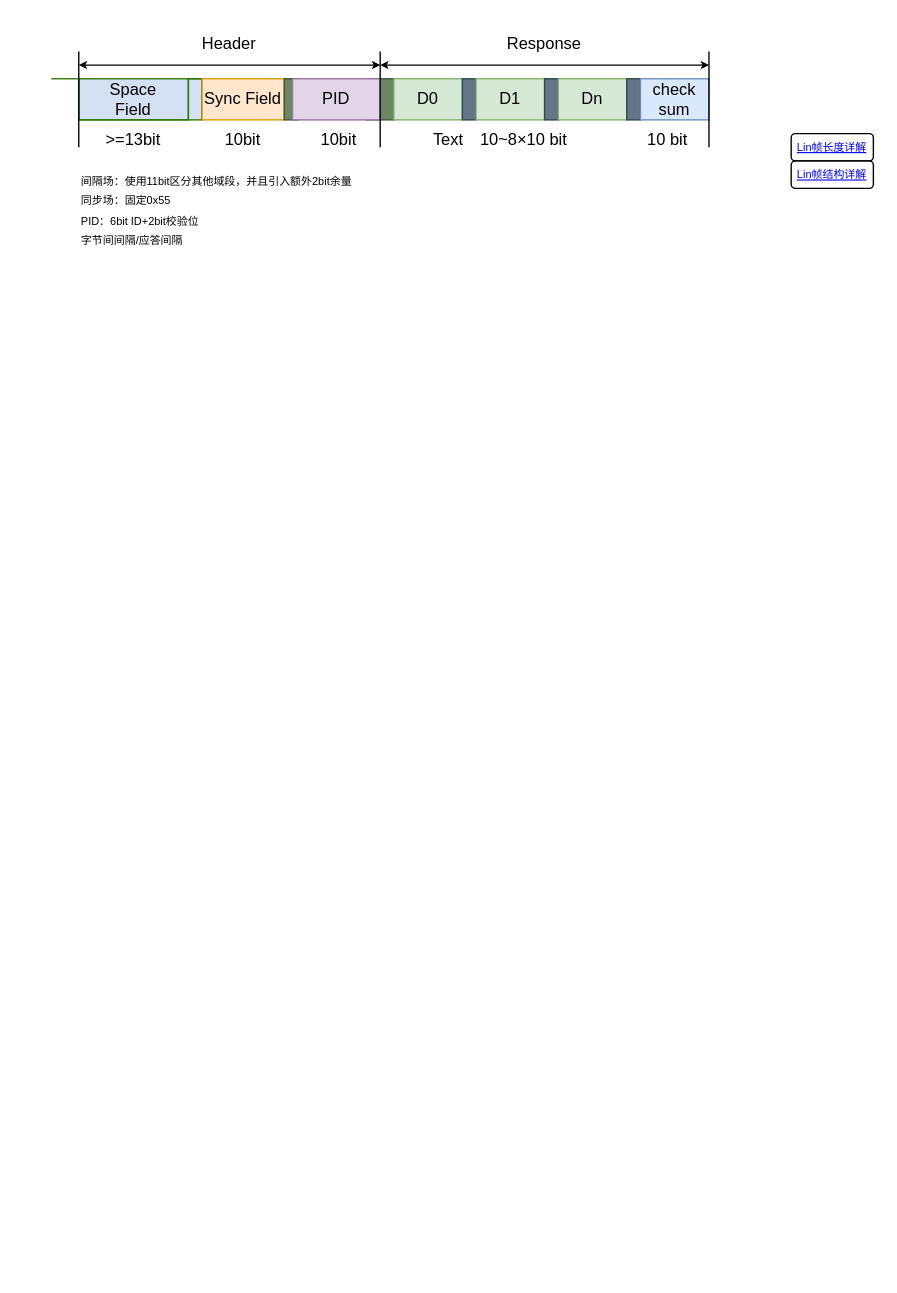
Above: page "第 2 页" (2 of 2) of drawio/flexlin.drawio in iceyxy/flow-chart-drawio (draw.io), before the change. Source tidied: cells renumbered, new cells numbered last; positions are measured from the earlier drawing's top-left corner, leaving out a move shared by most shapes. Both pictures are drawn from the tidied source at 137%, with x=0, y=0 at pixel (51, 23).
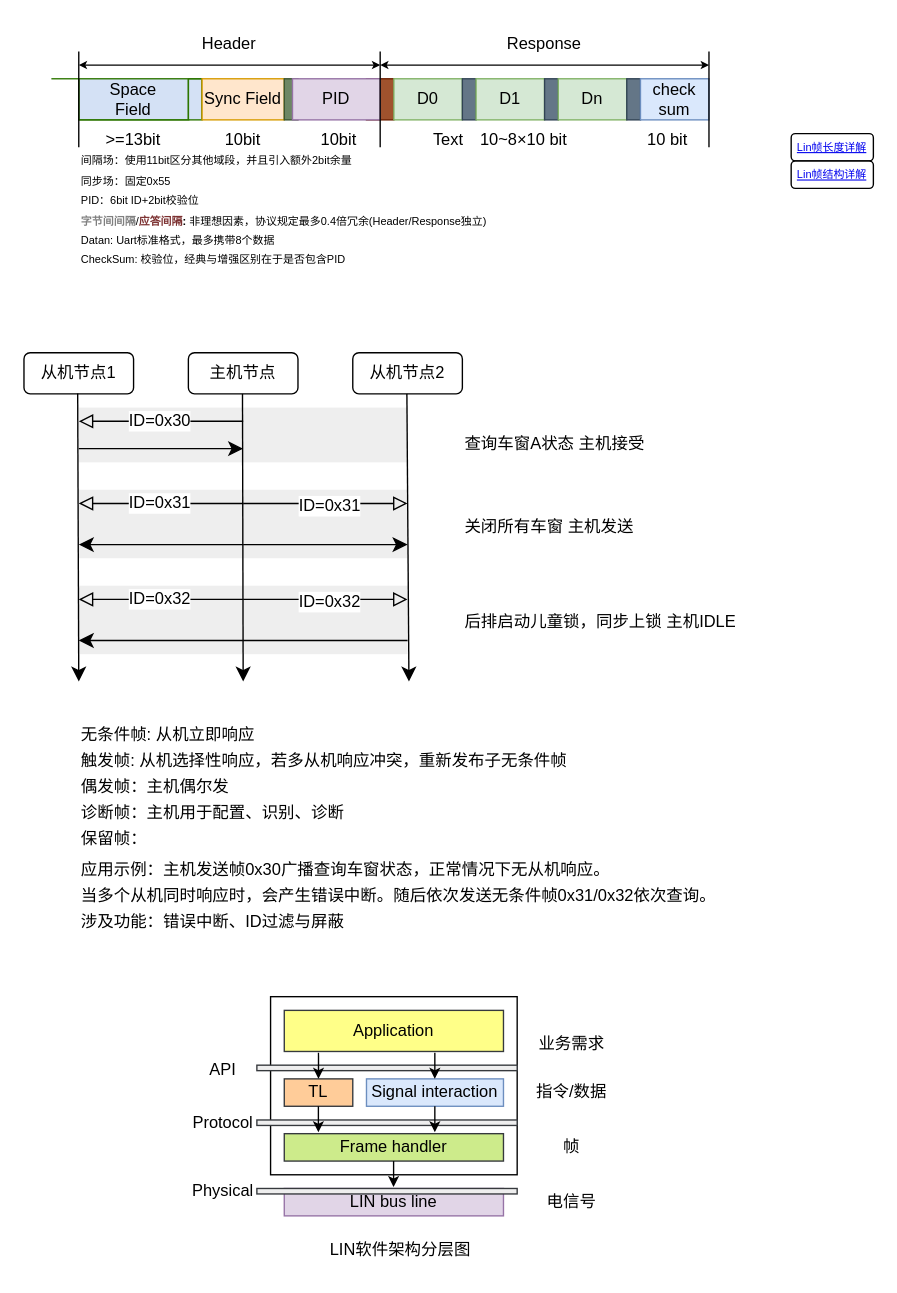
The same diagram, later.

The edit, as a diff of the source:
```diff
@@
+    <mxCell id="38" style="rounded=0;whiteSpace=wrap;html=1;fillColor=#eeeeee;strokeColor=none;" parent="1" vertex="1">
+      <mxGeometry x="20" y="410" width="240" height="50" as="geometry" />
+    </mxCell>
+    <mxCell id="39" style="rounded=0;whiteSpace=wrap;html=1;fillColor=#eeeeee;strokeColor=none;" parent="1" vertex="1">
+      <mxGeometry x="20" y="340" width="240" height="50" as="geometry" />
+    </mxCell>
+    <mxCell id="40" style="rounded=0;whiteSpace=wrap;html=1;fillColor=#eeeeee;strokeColor=none;" parent="1" vertex="1">
+      <mxGeometry x="20" y="280" width="240" height="40" as="geometry" />
+    </mxCell>
+    <mxCell id="41" style="endArrow=block;html=1;rounded=0;fontSize=12;startSize=8;endSize=8;curved=1;endFill=0;" parent="1" edge="1">
+      <mxGeometry relative="1" as="geometry">
+        <mxPoint x="140" y="290" as="sourcePoint" />
+        <mxPoint x="20" y="290" as="targetPoint" />
+      </mxGeometry>
+    </mxCell>
+    <mxCell id="42" value="ID=0x30" style="edgeLabel;html=1;align=center;verticalAlign=middle;fontSize=12;labelBackgroundColor=default;" parent="41" vertex="1">
+      <mxGeometry x="0.03" y="-1" relative="1" as="geometry" />
+    </mxCell>
@@
-    <mxCell id="12" style="rounded=0;whiteSpace=wrap;html=1;fillColor=#6d8764;fontColor=#ffffff;strokeColor=#3A5431;" parent="1" vertex="1">
+    <mxCell id="12" style="rounded=0;whiteSpace=wrap;html=1;fillColor=#a0522d;fontColor=#ffffff;strokeColor=#6D1F00;" parent="1" vertex="1">
       <mxGeometry x="230" y="40" width="20" height="30" as="geometry" />
     </mxCell>
@@
-    <mxCell id="37" value="&lt;font style=&quot;font-size: 8px;&quot;&gt;间隔场：使用11bit区分其他域段，并且引入额外2bit余量&lt;/font&gt;&lt;div&gt;&lt;font style=&quot;font-size: 8px;&quot;&gt;同步场：固定0x55&lt;/font&gt;&lt;/div&gt;&lt;div&gt;&lt;font style=&quot;font-size: 8px;&quot;&gt;PID：6bit ID+2bit校验位&lt;/font&gt;&lt;/div&gt;&lt;div&gt;&lt;span style=&quot;font-size: 8px;&quot;&gt;字节间间隔/应答间隔&lt;/span&gt;&lt;/div&gt;" style="text;strokeColor=none;align=left;fillColor=none;html=1;verticalAlign=middle;whiteSpace=wrap;rounded=0;" parent="1" vertex="1">
-      <mxGeometry x="20" y="120" width="260" height="30" as="geometry" />
+    <mxCell id="37" value="&lt;font style=&quot;font-size: 8px;&quot;&gt;间隔场：使用11bit区分其他域段，并且引入额外2bit余量&lt;/font&gt;&lt;div&gt;&lt;font style=&quot;font-size: 8px;&quot;&gt;同步场：固定0x55&lt;/font&gt;&lt;/div&gt;&lt;div&gt;&lt;font style=&quot;font-size: 8px;&quot;&gt;PID：6bit ID+2bit校验位&lt;/font&gt;&lt;/div&gt;&lt;div&gt;&lt;span style=&quot;font-size: 8px;&quot;&gt;&lt;font style=&quot;color: rgb(128, 128, 128);&quot;&gt;&lt;b&gt;字节间间隔&lt;/b&gt;&lt;/font&gt;/&lt;font&gt;&lt;font style=&quot;font-weight: bold;&quot; color=&quot;#7c3131&quot;&gt;应答间隔&lt;/font&gt;&lt;font style=&quot;color: rgb(0, 0, 0);&quot;&gt;&lt;b&gt;:&amp;nbsp;&lt;/b&gt;非理想因素，协议规定最多0.4倍冗余(Header/Response独立)&lt;/font&gt;&lt;/font&gt;&lt;/span&gt;&lt;/div&gt;&lt;div&gt;&lt;span style=&quot;font-size: 8px;&quot;&gt;&lt;font&gt;&lt;font style=&quot;color: rgb(0, 0, 0);&quot;&gt;Datan: Uart标准格式，最多携带8个数据&lt;/font&gt;&lt;/font&gt;&lt;/span&gt;&lt;/div&gt;&lt;div&gt;&lt;span style=&quot;font-size: 8px;&quot;&gt;&lt;font&gt;&lt;font style=&quot;color: rgb(0, 0, 0);&quot;&gt;CheckSum:&amp;nbsp;校验位，经典与增强区别在于是否包含PID&lt;/font&gt;&lt;/font&gt;&lt;/span&gt;&lt;/div&gt;" style="text;strokeColor=none;align=left;fillColor=none;html=1;verticalAlign=middle;whiteSpace=wrap;rounded=0;" parent="1" vertex="1">
+      <mxGeometry x="20" y="120" width="370" height="30" as="geometry" />
     </mxCell>
+    <mxCell id="43" value="主机节点" style="rounded=1;whiteSpace=wrap;html=1;" parent="1" vertex="1">
+      <mxGeometry x="100" y="240" width="80" height="30" as="geometry" />
+    </mxCell>
+    <mxCell id="44" value="从机节点1" style="rounded=1;whiteSpace=wrap;html=1;" parent="1" vertex="1">
+      <mxGeometry x="-20" y="240" width="80" height="30" as="geometry" />
+    </mxCell>
+    <mxCell id="45" value="从机节点2" style="rounded=1;whiteSpace=wrap;html=1;" parent="1" vertex="1">
+      <mxGeometry x="220" y="240" width="80" height="30" as="geometry" />
+    </mxCell>
+    <mxCell id="46" style="endArrow=classic;html=1;rounded=0;fontSize=12;startSize=8;endSize=8;curved=1;exitX=0.49;exitY=0.99;exitDx=0;exitDy=0;exitPerimeter=0;" parent="1" edge="1" source="44">
+      <mxGeometry relative="1" as="geometry">
+        <mxPoint x="20" y="480" as="targetPoint" />
+      </mxGeometry>
+    </mxCell>
+    <mxCell id="47" style="endArrow=classic;html=1;rounded=0;fontSize=12;startSize=8;endSize=8;curved=1;exitX=0.49;exitY=0.99;exitDx=0;exitDy=0;exitPerimeter=0;" parent="1" edge="1">
+      <mxGeometry relative="1" as="geometry">
+        <mxPoint x="139.5" y="270" as="sourcePoint" />
+        <mxPoint x="140" y="480" as="targetPoint" />
+      </mxGeometry>
+    </mxCell>
+    <mxCell id="48" style="endArrow=classic;html=1;rounded=0;fontSize=12;startSize=8;endSize=8;curved=1;exitX=0.49;exitY=0.99;exitDx=0;exitDy=0;exitPerimeter=0;" parent="1" edge="1">
+      <mxGeometry relative="1" as="geometry">
+        <mxPoint x="259.5" y="270" as="sourcePoint" />
+        <mxPoint x="261" y="480" as="targetPoint" />
+      </mxGeometry>
+    </mxCell>
+    <mxCell id="49" style="endArrow=classic;html=1;rounded=0;fontSize=12;startSize=8;endSize=8;curved=1;" parent="1" edge="1">
+      <mxGeometry relative="1" as="geometry">
+        <mxPoint x="20" y="310" as="sourcePoint" />
+        <mxPoint x="140" y="310" as="targetPoint" />
+      </mxGeometry>
+    </mxCell>
+    <mxCell id="50" style="endArrow=block;html=1;rounded=0;fontSize=12;startSize=8;endSize=8;curved=1;endFill=0;" parent="1" edge="1">
+      <mxGeometry relative="1" as="geometry">
+        <mxPoint x="140" y="350" as="sourcePoint" />
+        <mxPoint x="20" y="350" as="targetPoint" />
+      </mxGeometry>
+    </mxCell>
+    <mxCell id="51" value="ID=0x31" style="edgeLabel;html=1;align=center;verticalAlign=middle;fontSize=12;" parent="50" vertex="1">
+      <mxGeometry x="0.03" y="-1" relative="1" as="geometry" />
+    </mxCell>
+    <mxCell id="52" style="endArrow=block;html=1;rounded=0;fontSize=12;startSize=8;endSize=8;curved=1;endFill=0;" parent="1" edge="1">
+      <mxGeometry relative="1" as="geometry">
+        <mxPoint x="140" y="350" as="sourcePoint" />
+        <mxPoint x="260" y="350" as="targetPoint" />
+      </mxGeometry>
+    </mxCell>
+    <mxCell id="53" value="ID=0x31" style="edgeLabel;html=1;align=center;verticalAlign=middle;fontSize=12;" parent="52" vertex="1">
+      <mxGeometry x="0.03" y="-1" relative="1" as="geometry" />
+    </mxCell>
+    <mxCell id="54" style="endArrow=classic;html=1;rounded=0;fontSize=12;startSize=8;endSize=8;curved=1;" parent="1" edge="1">
+      <mxGeometry relative="1" as="geometry">
+        <mxPoint x="140" y="380" as="sourcePoint" />
+        <mxPoint x="260" y="380" as="targetPoint" />
+      </mxGeometry>
+    </mxCell>
+    <mxCell id="55" style="endArrow=classic;html=1;rounded=0;fontSize=12;startSize=8;endSize=8;curved=1;" parent="1" edge="1">
+      <mxGeometry relative="1" as="geometry">
+        <mxPoint x="140" y="380" as="sourcePoint" />
+        <mxPoint x="20" y="380" as="targetPoint" />
+      </mxGeometry>
+    </mxCell>
+    <mxCell id="56" style="endArrow=block;html=1;rounded=0;fontSize=12;startSize=8;endSize=8;curved=1;endFill=0;" parent="1" edge="1">
+      <mxGeometry relative="1" as="geometry">
+        <mxPoint x="140" y="420" as="sourcePoint" />
+        <mxPoint x="20" y="420" as="targetPoint" />
+      </mxGeometry>
+    </mxCell>
+    <mxCell id="57" value="ID=0x32" style="edgeLabel;html=1;align=center;verticalAlign=middle;fontSize=12;" parent="56" vertex="1">
+      <mxGeometry x="0.03" y="-1" relative="1" as="geometry" />
+    </mxCell>
+    <mxCell id="58" style="endArrow=block;html=1;rounded=0;fontSize=12;startSize=8;endSize=8;curved=1;endFill=0;" parent="1" edge="1">
+      <mxGeometry relative="1" as="geometry">
+        <mxPoint x="140" y="420" as="sourcePoint" />
+        <mxPoint x="260" y="420" as="targetPoint" />
+      </mxGeometry>
+    </mxCell>
+    <mxCell id="59" value="ID=0x32" style="edgeLabel;html=1;align=center;verticalAlign=middle;fontSize=12;" parent="58" vertex="1">
+      <mxGeometry x="0.03" y="-1" relative="1" as="geometry" />
+    </mxCell>
+    <mxCell id="60" style="endArrow=classic;html=1;rounded=0;fontSize=12;startSize=8;endSize=8;curved=1;" parent="1" edge="1">
+      <mxGeometry relative="1" as="geometry">
+        <mxPoint x="260" y="450" as="sourcePoint" />
+        <mxPoint x="20" y="450" as="targetPoint" />
+      </mxGeometry>
+    </mxCell>
+    <mxCell id="61" value="&lt;font style=&quot;font-size: 12px;&quot;&gt;查询车窗A状态&amp;nbsp;主机接受&lt;/font&gt;" style="text;html=1;align=left;verticalAlign=middle;strokeColor=none;fillColor=none;fontSize=16;" parent="1" vertex="1">
+      <mxGeometry x="300" y="290" width="150" height="30" as="geometry" />
+    </mxCell>
+    <mxCell id="62" value="&lt;span style=&quot;font-size: 12px;&quot;&gt;关闭所有车窗&amp;nbsp;主机发送&lt;/span&gt;" style="text;html=1;align=left;verticalAlign=middle;strokeColor=none;fillColor=none;fontSize=16;" parent="1" vertex="1">
+      <mxGeometry x="300" y="350" width="150" height="30" as="geometry" />
+    </mxCell>
+    <mxCell id="63" value="&lt;span style=&quot;font-size: 12px;&quot;&gt;后排启动儿童锁，同步上锁&amp;nbsp;主机IDLE&lt;/span&gt;" style="text;html=1;align=left;verticalAlign=middle;strokeColor=none;fillColor=none;fontSize=16;" parent="1" vertex="1">
+      <mxGeometry x="300" y="420" width="220" height="30" as="geometry" />
+    </mxCell>
+    <mxCell id="64" value="&lt;font style=&quot;font-size: 12px;&quot;&gt;无条件帧:&amp;nbsp;从机立即响应&lt;/font&gt;&lt;div&gt;&lt;font style=&quot;font-size: 12px;&quot;&gt;触发帧:&amp;nbsp;从机选择性响应，若多从机响应冲突，重新发布子无条件帧&lt;/font&gt;&lt;/div&gt;&lt;div&gt;&lt;font style=&quot;font-size: 12px;&quot;&gt;偶发帧：主机偶尔发&lt;/font&gt;&lt;/div&gt;&lt;div&gt;&lt;font style=&quot;font-size: 12px;&quot;&gt;诊断帧：主机用于配置、识别、诊断&lt;/font&gt;&lt;/div&gt;&lt;div&gt;&lt;font style=&quot;font-size: 12px;&quot;&gt;保留帧：&lt;/font&gt;&lt;/div&gt;" style="text;html=1;align=left;verticalAlign=middle;strokeColor=none;fillColor=none;fontSize=16;" parent="1" vertex="1">
+      <mxGeometry x="20" y="500" width="380" height="110" as="geometry" />
+    </mxCell>
+    <mxCell id="65" value="&lt;span style=&quot;font-size: 12px;&quot;&gt;应用示例：主机发送帧0x30广播查询车窗状态，正常情况下无从机响应。&lt;/span&gt;&lt;div&gt;&lt;span style=&quot;font-size: 12px;&quot;&gt;当多个从机同时响应时，会产生错误中断。随后依次发送无条件帧0x31/0x32依次查询。&lt;/span&gt;&lt;/div&gt;&lt;div&gt;&lt;span style=&quot;font-size: 12px;&quot;&gt;涉及功能：错误中断、ID过滤与屏蔽&lt;/span&gt;&lt;/div&gt;" style="text;html=1;align=left;verticalAlign=middle;strokeColor=none;fillColor=none;fontSize=16;" parent="1" vertex="1">
+      <mxGeometry x="20" y="600" width="490" height="70" as="geometry" />
+    </mxCell>
+    <mxCell id="66" style="group;" parent="1" vertex="1">
+      <mxGeometry x="90" y="710" width="320" height="200" as="geometry" />
+    </mxCell>
+    <mxCell id="67" style="rounded=0;whiteSpace=wrap;html=1;shadow=0;" parent="66" vertex="1">
+      <mxGeometry x="70" width="180" height="130" as="geometry" />
+    </mxCell>
+    <mxCell id="68" value="Application" style="rounded=0;whiteSpace=wrap;html=1;fillColor=#ffff88;strokeColor=#36393d;shadow=0;" parent="66" vertex="1">
+      <mxGeometry x="80" y="10" width="160" height="30" as="geometry" />
+    </mxCell>
+    <mxCell id="69" value="TL" style="rounded=0;whiteSpace=wrap;html=1;fillColor=#ffcc99;strokeColor=#36393d;shadow=0;" parent="66" vertex="1">
+      <mxGeometry x="80" y="60" width="50" height="20" as="geometry" />
+    </mxCell>
+    <mxCell id="70" value="Signal&amp;nbsp;interaction" style="rounded=0;whiteSpace=wrap;html=1;fillColor=#dae8fc;strokeColor=#6c8ebf;shadow=0;" parent="66" vertex="1">
+      <mxGeometry x="140" y="60" width="100" height="20" as="geometry" />
+    </mxCell>
+    <mxCell id="71" value="Frame&amp;nbsp;handler" style="rounded=0;whiteSpace=wrap;html=1;fillColor=#cdeb8b;strokeColor=#36393d;shadow=0;" parent="66" vertex="1">
+      <mxGeometry x="80" y="100" width="160" height="20" as="geometry" />
+    </mxCell>
+    <mxCell id="72" value="LIN&amp;nbsp;bus&amp;nbsp;line" style="rounded=0;whiteSpace=wrap;html=1;fillColor=#e1d5e7;strokeColor=#9673a6;shadow=0;" parent="66" vertex="1">
+      <mxGeometry x="80" y="140" width="160" height="20" as="geometry" />
+    </mxCell>
+    <mxCell id="73" style="rounded=0;whiteSpace=wrap;html=1;fillColor=#eeeeee;strokeColor=#36393d;shadow=0;" parent="66" vertex="1">
+      <mxGeometry x="60" y="50" width="190" height="4" as="geometry" />
+    </mxCell>
+    <mxCell id="74" style="rounded=0;whiteSpace=wrap;html=1;fillColor=#eeeeee;strokeColor=#36393d;shadow=0;" parent="66" vertex="1">
+      <mxGeometry x="60" y="90" width="190" height="4" as="geometry" />
+    </mxCell>
+    <mxCell id="75" value="&lt;font style=&quot;font-size: 12px;&quot;&gt;API&lt;/font&gt;" style="text;html=1;align=center;verticalAlign=middle;strokeColor=none;fillColor=none;fontSize=16;shadow=0;" parent="66" vertex="1">
+      <mxGeometry x="15" y="37" width="40" height="30" as="geometry" />
+    </mxCell>
+    <mxCell id="76" value="&lt;font style=&quot;font-size: 12px;&quot;&gt;Protocol&lt;/font&gt;" style="text;html=1;align=center;verticalAlign=middle;strokeColor=none;fillColor=none;fontSize=16;" parent="66" vertex="1">
+      <mxGeometry y="75" width="70" height="30" as="geometry" />
+    </mxCell>
+    <mxCell id="77" value="&lt;font style=&quot;font-size: 12px;&quot;&gt;Physical&lt;/font&gt;" style="text;html=1;align=center;verticalAlign=middle;strokeColor=none;fillColor=none;fontSize=16;" parent="66" vertex="1">
+      <mxGeometry y="125" width="70" height="30" as="geometry" />
+    </mxCell>
+    <mxCell id="78" style="rounded=0;whiteSpace=wrap;html=1;fillColor=#eeeeee;strokeColor=#36393d;shadow=0;" parent="66" vertex="1">
+      <mxGeometry x="60" y="140" width="190" height="4" as="geometry" />
+    </mxCell>
+    <mxCell id="79" style="endArrow=classic;html=1;rounded=0;fontSize=12;startSize=8;endSize=5;curved=1;exitX=0.156;exitY=1.03;exitDx=0;exitDy=0;exitPerimeter=0;entryX=0.5;entryY=0;entryDx=0;entryDy=0;shadow=0;" parent="66" edge="1" source="68" target="69">
+      <mxGeometry relative="1" as="geometry" />
+    </mxCell>
+    <mxCell id="80" style="endArrow=classic;html=1;rounded=0;fontSize=12;startSize=8;endSize=5;curved=1;exitX=0.156;exitY=1.03;exitDx=0;exitDy=0;exitPerimeter=0;entryX=0.5;entryY=0;entryDx=0;entryDy=0;shadow=0;" parent="66" edge="1">
+      <mxGeometry relative="1" as="geometry">
+        <mxPoint x="189.9" y="41" as="sourcePoint" />
+        <mxPoint x="189.9" y="60" as="targetPoint" />
+      </mxGeometry>
+    </mxCell>
+    <mxCell id="81" style="endArrow=classic;html=1;rounded=0;fontSize=12;startSize=8;endSize=5;curved=1;exitX=0.156;exitY=1.03;exitDx=0;exitDy=0;exitPerimeter=0;entryX=0.5;entryY=0;entryDx=0;entryDy=0;shadow=0;" parent="66" edge="1">
+      <mxGeometry relative="1" as="geometry">
+        <mxPoint x="104.9" y="80" as="sourcePoint" />
+        <mxPoint x="104.9" y="99" as="targetPoint" />
+      </mxGeometry>
+    </mxCell>
+    <mxCell id="82" style="endArrow=classic;html=1;rounded=0;fontSize=12;startSize=8;endSize=5;curved=1;exitX=0.156;exitY=1.03;exitDx=0;exitDy=0;exitPerimeter=0;entryX=0.5;entryY=0;entryDx=0;entryDy=0;shadow=0;" parent="66" edge="1">
+      <mxGeometry relative="1" as="geometry">
+        <mxPoint x="189.9" y="80" as="sourcePoint" />
+        <mxPoint x="189.9" y="99" as="targetPoint" />
+      </mxGeometry>
+    </mxCell>
+    <mxCell id="83" style="endArrow=classic;html=1;rounded=0;fontSize=12;startSize=8;endSize=5;curved=1;exitX=0.156;exitY=1.03;exitDx=0;exitDy=0;exitPerimeter=0;entryX=0.5;entryY=0;entryDx=0;entryDy=0;shadow=0;" parent="66" edge="1">
+      <mxGeometry relative="1" as="geometry">
+        <mxPoint x="159.8" y="120" as="sourcePoint" />
+        <mxPoint x="159.8" y="139" as="targetPoint" />
+      </mxGeometry>
+    </mxCell>
+    <mxCell id="84" value="业务需求" style="text;html=1;align=center;verticalAlign=middle;whiteSpace=wrap;rounded=0;" parent="66" vertex="1">
+      <mxGeometry x="260" y="20" width="60" height="30" as="geometry" />
+    </mxCell>
+    <mxCell id="85" value="帧" style="text;html=1;align=center;verticalAlign=middle;whiteSpace=wrap;rounded=0;" parent="66" vertex="1">
+      <mxGeometry x="260" y="95" width="60" height="30" as="geometry" />
+    </mxCell>
+    <mxCell id="86" value="指令/数据" style="text;html=1;align=center;verticalAlign=middle;whiteSpace=wrap;rounded=0;" parent="66" vertex="1">
+      <mxGeometry x="260" y="55" width="60" height="30" as="geometry" />
+    </mxCell>
+    <mxCell id="87" value="电信号" style="text;html=1;align=center;verticalAlign=middle;whiteSpace=wrap;rounded=0;" parent="66" vertex="1">
+      <mxGeometry x="260" y="135" width="60" height="30" as="geometry" />
+    </mxCell>
+    <mxCell id="88" value="LIN软件架构分层图" style="text;html=1;align=center;verticalAlign=middle;whiteSpace=wrap;rounded=0;" parent="66" vertex="1">
+      <mxGeometry x="100" y="170" width="130" height="30" as="geometry" />
+    </mxCell>
```
